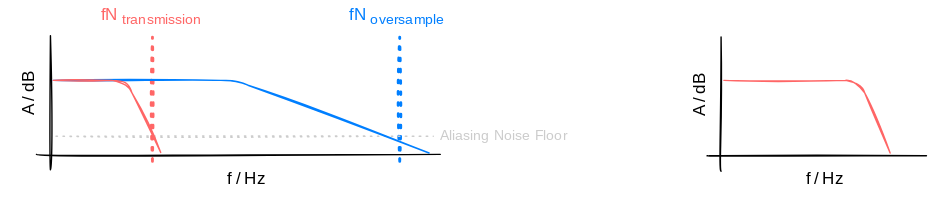
BOJIT/WM360 keeps this draw.io diagram as docs/diagrams/filterBandwidths.drawio.svg. Above is the earlier version. Source tidied: cells renumbered, new cells last; positions are measured from the earlier drawing's top-left corner, leaving out a move shared by most shapes.
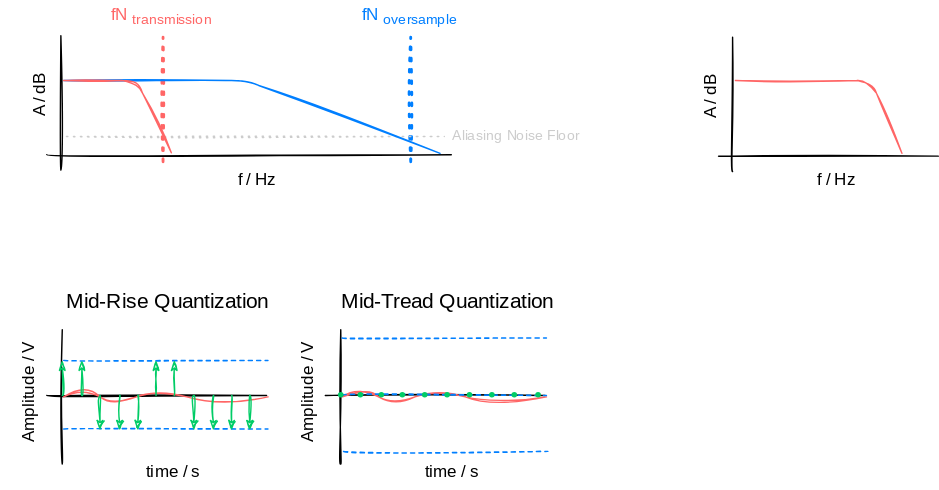
The same diagram one commit later.

Commit message:
Quantization diagram

The edit, as a diff of the source:
```diff
@@ -92,5 +92,206 @@
         </Array>
       </mxGeometry>
     </mxCell>
+    <mxCell id="19" style="endArrow=none;html=1;rounded=0;sketch=1;hachureGap=4;fontFamily=Architects Daughter;fontSource=https%3A%2F%2Ffonts.googleapis.com%2Fcss%3Ffamily%3DArchitects%2BDaughter;fontSize=16;startSize=14;endSize=14;sourcePerimeterSpacing=8;targetPerimeterSpacing=8;curved=1;" parent="1" edge="1">
+      <mxGeometry relative="1" as="geometry">
+        <mxPoint x="33" y="282" as="sourcePoint" />
+        <mxPoint x="190" y="282" as="targetPoint" />
+      </mxGeometry>
+    </mxCell>
+    <mxCell id="20" style="endArrow=none;html=1;rounded=0;sketch=1;hachureGap=4;fontFamily=Architects Daughter;fontSource=https%3A%2F%2Ffonts.googleapis.com%2Fcss%3Ffamily%3DArchitects%2BDaughter;fontSize=16;startSize=14;endSize=14;sourcePerimeterSpacing=8;targetPerimeterSpacing=8;curved=1;" parent="1" edge="1">
+      <mxGeometry relative="1" as="geometry">
+        <mxPoint x="44" y="331" as="sourcePoint" />
+        <mxPoint x="44" y="235" as="targetPoint" />
+      </mxGeometry>
+    </mxCell>
+    <mxCell id="21" value="&lt;font style=&quot;font-size: 12px&quot;&gt;time / s&lt;/font&gt;" style="text;html=1;align=center;verticalAlign=middle;strokeColor=none;fillColor=none;sketch=1;hachureGap=4;fontFamily=Architects Daughter;fontSource=https%3A%2F%2Ffonts.googleapis.com%2Fcss%3Ffamily%3DArchitects%2BDaughter;fontSize=20;" parent="1" vertex="1">
+      <mxGeometry x="96" y="318" width="54" height="31" as="geometry" />
+    </mxCell>
+    <mxCell id="22" value="&lt;font style=&quot;font-size: 12px&quot;&gt;Amplitude&amp;nbsp;/ V&lt;/font&gt;" style="text;html=1;align=center;verticalAlign=middle;strokeColor=none;fillColor=none;sketch=1;hachureGap=4;fontFamily=Architects Daughter;fontSource=https%3A%2F%2Ffonts.googleapis.com%2Fcss%3Ffamily%3DArchitects%2BDaughter;fontSize=20;rotation=-90;" parent="1" vertex="1">
+      <mxGeometry x="-26" y="265" width="84" height="31" as="geometry" />
+    </mxCell>
+    <mxCell id="23" style="edgeStyle=none;orthogonalLoop=1;jettySize=auto;html=1;rounded=0;sketch=1;hachureGap=4;fontFamily=Architects Daughter;fontSource=https%3A%2F%2Ffonts.googleapis.com%2Fcss%3Ffamily%3DArchitects%2BDaughter;fontSize=16;endArrow=none;startSize=14;endSize=14;sourcePerimeterSpacing=8;targetPerimeterSpacing=8;curved=1;endFill=0;strokeColor=#FF6666;strokeWidth=1;" parent="1" edge="1">
+      <mxGeometry relative="1" as="geometry">
+        <mxPoint x="45" y="283" as="sourcePoint" />
+        <mxPoint x="191" y="283" as="targetPoint" />
+        <Array as="points">
+          <mxPoint x="60" y="276" />
+          <mxPoint x="82" y="290" />
+          <mxPoint x="112" y="276" />
+          <mxPoint x="154" y="290" />
+        </Array>
+      </mxGeometry>
+    </mxCell>
+    <mxCell id="24" style="edgeStyle=none;orthogonalLoop=1;jettySize=auto;html=1;rounded=0;sketch=1;hachureGap=4;fontFamily=Architects Daughter;fontSource=https%3A%2F%2Ffonts.googleapis.com%2Fcss%3Ffamily%3DArchitects%2BDaughter;fontSize=16;endArrow=none;startSize=14;endSize=14;sourcePerimeterSpacing=8;targetPerimeterSpacing=8;curved=1;endFill=0;dashed=1;strokeColor=#007FFF;" parent="1" edge="1">
+      <mxGeometry relative="1" as="geometry">
+        <mxPoint x="45" y="306" as="sourcePoint" />
+        <mxPoint x="191" y="306" as="targetPoint" />
+      </mxGeometry>
+    </mxCell>
+    <mxCell id="25" style="edgeStyle=none;orthogonalLoop=1;jettySize=auto;html=1;rounded=0;sketch=1;hachureGap=4;fontFamily=Architects Daughter;fontSource=https%3A%2F%2Ffonts.googleapis.com%2Fcss%3Ffamily%3DArchitects%2BDaughter;fontSize=16;endArrow=none;startSize=14;endSize=14;sourcePerimeterSpacing=8;targetPerimeterSpacing=8;curved=1;endFill=0;dashed=1;strokeColor=#007FFF;" parent="1" edge="1">
+      <mxGeometry relative="1" as="geometry">
+        <mxPoint x="45" y="257" as="sourcePoint" />
+        <mxPoint x="191" y="257" as="targetPoint" />
+      </mxGeometry>
+    </mxCell>
+    <mxCell id="26" style="edgeStyle=none;curved=1;rounded=0;sketch=1;hachureGap=4;orthogonalLoop=1;jettySize=auto;html=1;fontFamily=Architects Daughter;fontSource=https%3A%2F%2Ffonts.googleapis.com%2Fcss%3Ffamily%3DArchitects%2BDaughter;fontSize=16;endArrow=none;endFill=0;startSize=14;endSize=14;sourcePerimeterSpacing=8;targetPerimeterSpacing=8;strokeColor=#FF6666;strokeWidth=1;" parent="1" edge="1">
+      <mxGeometry relative="1" as="geometry">
+        <mxPoint x="140" y="207" as="sourcePoint" />
+        <mxPoint x="140" y="207" as="targetPoint" />
+      </mxGeometry>
+    </mxCell>
+    <mxCell id="27" style="edgeStyle=none;orthogonalLoop=1;jettySize=auto;html=1;rounded=0;sketch=1;hachureGap=4;fontFamily=Architects Daughter;fontSource=https%3A%2F%2Ffonts.googleapis.com%2Fcss%3Ffamily%3DArchitects%2BDaughter;fontSize=16;endArrow=classicThin;endFill=1;startSize=4;endSize=5;sourcePerimeterSpacing=4;targetPerimeterSpacing=4;strokeColor=#00CC66;strokeWidth=1;curved=1;" parent="1" edge="1">
+      <mxGeometry relative="1" as="geometry">
+        <mxPoint x="44" y="282" as="sourcePoint" />
+        <mxPoint x="44" y="257" as="targetPoint" />
+      </mxGeometry>
+    </mxCell>
+    <mxCell id="28" style="edgeStyle=none;orthogonalLoop=1;jettySize=auto;html=1;rounded=0;sketch=1;hachureGap=4;fontFamily=Architects Daughter;fontSource=https%3A%2F%2Ffonts.googleapis.com%2Fcss%3Ffamily%3DArchitects%2BDaughter;fontSize=16;endArrow=classicThin;endFill=1;startSize=4;endSize=5;sourcePerimeterSpacing=4;targetPerimeterSpacing=4;strokeColor=#00CC66;strokeWidth=1;curved=1;" parent="1" edge="1">
+      <mxGeometry relative="1" as="geometry">
+        <mxPoint x="58" y="282" as="sourcePoint" />
+        <mxPoint x="58" y="257" as="targetPoint" />
+      </mxGeometry>
+    </mxCell>
+    <mxCell id="29" style="edgeStyle=none;orthogonalLoop=1;jettySize=auto;html=1;rounded=0;sketch=1;hachureGap=4;fontFamily=Architects Daughter;fontSource=https%3A%2F%2Ffonts.googleapis.com%2Fcss%3Ffamily%3DArchitects%2BDaughter;fontSize=16;endArrow=classicThin;endFill=1;startSize=4;endSize=5;sourcePerimeterSpacing=4;targetPerimeterSpacing=4;strokeColor=#00CC66;strokeWidth=1;curved=1;" parent="1" edge="1">
+      <mxGeometry relative="1" as="geometry">
+        <mxPoint x="71" y="282" as="sourcePoint" />
+        <mxPoint x="71" y="307" as="targetPoint" />
+      </mxGeometry>
+    </mxCell>
+    <mxCell id="30" style="edgeStyle=none;orthogonalLoop=1;jettySize=auto;html=1;rounded=0;sketch=1;hachureGap=4;fontFamily=Architects Daughter;fontSource=https%3A%2F%2Ffonts.googleapis.com%2Fcss%3Ffamily%3DArchitects%2BDaughter;fontSize=16;endArrow=classicThin;endFill=1;startSize=4;endSize=5;sourcePerimeterSpacing=4;targetPerimeterSpacing=4;strokeColor=#00CC66;strokeWidth=1;curved=1;" parent="1" edge="1">
+      <mxGeometry relative="1" as="geometry">
+        <mxPoint x="85" y="282" as="sourcePoint" />
+        <mxPoint x="85" y="307" as="targetPoint" />
+      </mxGeometry>
+    </mxCell>
+    <mxCell id="31" style="edgeStyle=none;orthogonalLoop=1;jettySize=auto;html=1;rounded=0;sketch=1;hachureGap=4;fontFamily=Architects Daughter;fontSource=https%3A%2F%2Ffonts.googleapis.com%2Fcss%3Ffamily%3DArchitects%2BDaughter;fontSize=16;endArrow=classicThin;endFill=1;startSize=4;endSize=5;sourcePerimeterSpacing=4;targetPerimeterSpacing=4;strokeColor=#00CC66;strokeWidth=1;curved=1;" parent="1" edge="1">
+      <mxGeometry relative="1" as="geometry">
+        <mxPoint x="98" y="282" as="sourcePoint" />
+        <mxPoint x="98" y="307" as="targetPoint" />
+      </mxGeometry>
+    </mxCell>
+    <mxCell id="32" style="edgeStyle=none;orthogonalLoop=1;jettySize=auto;html=1;rounded=0;sketch=1;hachureGap=4;fontFamily=Architects Daughter;fontSource=https%3A%2F%2Ffonts.googleapis.com%2Fcss%3Ffamily%3DArchitects%2BDaughter;fontSize=16;endArrow=classicThin;endFill=1;startSize=4;endSize=5;sourcePerimeterSpacing=4;targetPerimeterSpacing=4;strokeColor=#00CC66;strokeWidth=1;curved=1;" parent="1" edge="1">
+      <mxGeometry relative="1" as="geometry">
+        <mxPoint x="111" y="282" as="sourcePoint" />
+        <mxPoint x="111" y="257" as="targetPoint" />
+        <Array as="points">
+          <mxPoint x="111" y="270" />
+        </Array>
+      </mxGeometry>
+    </mxCell>
+    <mxCell id="33" style="edgeStyle=none;orthogonalLoop=1;jettySize=auto;html=1;rounded=0;sketch=1;hachureGap=4;fontFamily=Architects Daughter;fontSource=https%3A%2F%2Ffonts.googleapis.com%2Fcss%3Ffamily%3DArchitects%2BDaughter;fontSize=16;endArrow=classicThin;endFill=1;startSize=4;endSize=5;sourcePerimeterSpacing=4;targetPerimeterSpacing=4;strokeColor=#00CC66;strokeWidth=1;curved=1;" parent="1" edge="1">
+      <mxGeometry relative="1" as="geometry">
+        <mxPoint x="138" y="282" as="sourcePoint" />
+        <mxPoint x="138" y="307" as="targetPoint" />
+      </mxGeometry>
+    </mxCell>
+    <mxCell id="34" style="edgeStyle=none;orthogonalLoop=1;jettySize=auto;html=1;rounded=0;sketch=1;hachureGap=4;fontFamily=Architects Daughter;fontSource=https%3A%2F%2Ffonts.googleapis.com%2Fcss%3Ffamily%3DArchitects%2BDaughter;fontSize=16;endArrow=classicThin;endFill=1;startSize=4;endSize=5;sourcePerimeterSpacing=4;targetPerimeterSpacing=4;strokeColor=#00CC66;strokeWidth=1;curved=1;" parent="1" edge="1">
+      <mxGeometry relative="1" as="geometry">
+        <mxPoint x="124" y="282" as="sourcePoint" />
+        <mxPoint x="124" y="257" as="targetPoint" />
+      </mxGeometry>
+    </mxCell>
+    <mxCell id="35" style="edgeStyle=none;orthogonalLoop=1;jettySize=auto;html=1;rounded=0;sketch=1;hachureGap=4;fontFamily=Architects Daughter;fontSource=https%3A%2F%2Ffonts.googleapis.com%2Fcss%3Ffamily%3DArchitects%2BDaughter;fontSize=16;endArrow=classicThin;endFill=1;startSize=4;endSize=5;sourcePerimeterSpacing=4;targetPerimeterSpacing=4;strokeColor=#00CC66;strokeWidth=1;curved=1;" parent="1" edge="1">
+      <mxGeometry relative="1" as="geometry">
+        <mxPoint x="152" y="282" as="sourcePoint" />
+        <mxPoint x="152" y="307" as="targetPoint" />
+      </mxGeometry>
+    </mxCell>
+    <mxCell id="36" style="edgeStyle=none;orthogonalLoop=1;jettySize=auto;html=1;rounded=0;sketch=1;hachureGap=4;fontFamily=Architects Daughter;fontSource=https%3A%2F%2Ffonts.googleapis.com%2Fcss%3Ffamily%3DArchitects%2BDaughter;fontSize=16;endArrow=classicThin;endFill=1;startSize=4;endSize=5;sourcePerimeterSpacing=4;targetPerimeterSpacing=4;strokeColor=#00CC66;strokeWidth=1;curved=1;" parent="1" edge="1">
+      <mxGeometry relative="1" as="geometry">
+        <mxPoint x="165" y="282" as="sourcePoint" />
+        <mxPoint x="165" y="307" as="targetPoint" />
+      </mxGeometry>
+    </mxCell>
+    <mxCell id="37" style="edgeStyle=none;orthogonalLoop=1;jettySize=auto;html=1;rounded=0;sketch=1;hachureGap=4;fontFamily=Architects Daughter;fontSource=https%3A%2F%2Ffonts.googleapis.com%2Fcss%3Ffamily%3DArchitects%2BDaughter;fontSize=16;endArrow=classicThin;endFill=1;startSize=4;endSize=5;sourcePerimeterSpacing=4;targetPerimeterSpacing=4;strokeColor=#00CC66;strokeWidth=1;curved=1;" parent="1" edge="1">
+      <mxGeometry relative="1" as="geometry">
+        <mxPoint x="178" y="282" as="sourcePoint" />
+        <mxPoint x="178" y="307" as="targetPoint" />
+      </mxGeometry>
+    </mxCell>
+    <mxCell id="38" style="endArrow=none;html=1;rounded=0;sketch=1;hachureGap=4;fontFamily=Architects Daughter;fontSource=https%3A%2F%2Ffonts.googleapis.com%2Fcss%3Ffamily%3DArchitects%2BDaughter;fontSize=16;startSize=14;endSize=14;sourcePerimeterSpacing=8;targetPerimeterSpacing=8;curved=1;" parent="1" edge="1">
+      <mxGeometry relative="1" as="geometry">
+        <mxPoint x="232" y="282" as="sourcePoint" />
+        <mxPoint x="389" y="282" as="targetPoint" />
+      </mxGeometry>
+    </mxCell>
+    <mxCell id="39" style="endArrow=none;html=1;rounded=0;sketch=1;hachureGap=4;fontFamily=Architects Daughter;fontSource=https%3A%2F%2Ffonts.googleapis.com%2Fcss%3Ffamily%3DArchitects%2BDaughter;fontSize=16;startSize=14;endSize=14;sourcePerimeterSpacing=8;targetPerimeterSpacing=8;curved=1;" parent="1" edge="1">
+      <mxGeometry relative="1" as="geometry">
+        <mxPoint x="243" y="331" as="sourcePoint" />
+        <mxPoint x="243" y="235" as="targetPoint" />
+      </mxGeometry>
+    </mxCell>
+    <mxCell id="40" value="&lt;font style=&quot;font-size: 12px&quot;&gt;time / s&lt;/font&gt;" style="text;html=1;align=center;verticalAlign=middle;strokeColor=none;fillColor=none;sketch=1;hachureGap=4;fontFamily=Architects Daughter;fontSource=https%3A%2F%2Ffonts.googleapis.com%2Fcss%3Ffamily%3DArchitects%2BDaughter;fontSize=20;" parent="1" vertex="1">
+      <mxGeometry x="295" y="318" width="54" height="31" as="geometry" />
+    </mxCell>
+    <mxCell id="41" value="&lt;font style=&quot;font-size: 12px&quot;&gt;Amplitude&amp;nbsp;/ V&lt;/font&gt;" style="text;html=1;align=center;verticalAlign=middle;strokeColor=none;fillColor=none;sketch=1;hachureGap=4;fontFamily=Architects Daughter;fontSource=https%3A%2F%2Ffonts.googleapis.com%2Fcss%3Ffamily%3DArchitects%2BDaughter;fontSize=20;rotation=-90;" parent="1" vertex="1">
+      <mxGeometry x="173" y="265" width="84" height="31" as="geometry" />
+    </mxCell>
+    <mxCell id="42" style="edgeStyle=none;orthogonalLoop=1;jettySize=auto;html=1;rounded=0;sketch=1;hachureGap=4;fontFamily=Architects Daughter;fontSource=https%3A%2F%2Ffonts.googleapis.com%2Fcss%3Ffamily%3DArchitects%2BDaughter;fontSize=16;endArrow=none;startSize=14;endSize=14;sourcePerimeterSpacing=8;targetPerimeterSpacing=8;curved=1;endFill=0;strokeColor=#FF6666;strokeWidth=1;" parent="1" edge="1">
+      <mxGeometry relative="1" as="geometry">
+        <mxPoint x="244" y="283" as="sourcePoint" />
+        <mxPoint x="390" y="283" as="targetPoint" />
+        <Array as="points">
+          <mxPoint x="259" y="276" />
+          <mxPoint x="281" y="290" />
+          <mxPoint x="311" y="276" />
+          <mxPoint x="353" y="290" />
+        </Array>
+      </mxGeometry>
+    </mxCell>
+    <mxCell id="43" style="edgeStyle=none;orthogonalLoop=1;jettySize=auto;html=1;rounded=0;sketch=1;hachureGap=4;fontFamily=Architects Daughter;fontSource=https%3A%2F%2Ffonts.googleapis.com%2Fcss%3Ffamily%3DArchitects%2BDaughter;fontSize=16;endArrow=none;startSize=14;endSize=14;sourcePerimeterSpacing=8;targetPerimeterSpacing=8;curved=1;endFill=0;dashed=1;strokeColor=#007FFF;" parent="1" edge="1">
+      <mxGeometry relative="1" as="geometry">
+        <mxPoint x="245" y="322" as="sourcePoint" />
+        <mxPoint x="391" y="322" as="targetPoint" />
+      </mxGeometry>
+    </mxCell>
+    <mxCell id="44" style="edgeStyle=none;orthogonalLoop=1;jettySize=auto;html=1;rounded=0;sketch=1;hachureGap=4;fontFamily=Architects Daughter;fontSource=https%3A%2F%2Ffonts.googleapis.com%2Fcss%3Ffamily%3DArchitects%2BDaughter;fontSize=16;endArrow=none;startSize=14;endSize=14;sourcePerimeterSpacing=8;targetPerimeterSpacing=8;curved=1;endFill=0;dashed=1;strokeColor=#007FFF;" parent="1" edge="1">
+      <mxGeometry relative="1" as="geometry">
+        <mxPoint x="244" y="282" as="sourcePoint" />
+        <mxPoint x="390" y="282" as="targetPoint" />
+      </mxGeometry>
+    </mxCell>
+    <mxCell id="45" style="edgeStyle=none;orthogonalLoop=1;jettySize=auto;html=1;rounded=0;sketch=1;hachureGap=4;fontFamily=Architects Daughter;fontSource=https%3A%2F%2Ffonts.googleapis.com%2Fcss%3Ffamily%3DArchitects%2BDaughter;fontSize=16;endArrow=none;startSize=14;endSize=14;sourcePerimeterSpacing=8;targetPerimeterSpacing=8;curved=1;endFill=0;dashed=1;strokeColor=#007FFF;" parent="1" edge="1">
+      <mxGeometry relative="1" as="geometry">
+        <mxPoint x="244" y="241" as="sourcePoint" />
+        <mxPoint x="390" y="241" as="targetPoint" />
+      </mxGeometry>
+    </mxCell>
+    <mxCell id="46" style="shape=waypoint;sketch=0;size=6;fillColor=none;perimeter=centerPerimeter;hachureGap=4;fontFamily=Architects Daughter;fontSource=https%3A%2F%2Ffonts.googleapis.com%2Fcss%3Ffamily%3DArchitects%2BDaughter;fontSize=20;strokeColor=#00CC66;strokeWidth=0;" parent="1" vertex="1">
+      <mxGeometry x="223" y="261.5" width="40" height="40" as="geometry" />
+    </mxCell>
+    <mxCell id="47" style="shape=waypoint;sketch=0;size=6;fillColor=none;perimeter=centerPerimeter;hachureGap=4;fontFamily=Architects Daughter;fontSource=https%3A%2F%2Ffonts.googleapis.com%2Fcss%3Ffamily%3DArchitects%2BDaughter;fontSize=20;strokeColor=#00CC66;strokeWidth=0;" parent="1" vertex="1">
+      <mxGeometry x="237" y="261.5" width="40" height="40" as="geometry" />
+    </mxCell>
+    <mxCell id="48" style="shape=waypoint;sketch=0;size=6;fillColor=none;perimeter=centerPerimeter;hachureGap=4;fontFamily=Architects Daughter;fontSource=https%3A%2F%2Ffonts.googleapis.com%2Fcss%3Ffamily%3DArchitects%2BDaughter;fontSize=20;strokeColor=#00CC66;strokeWidth=0;" parent="1" vertex="1">
+      <mxGeometry x="252" y="261.5" width="40" height="40" as="geometry" />
+    </mxCell>
+    <mxCell id="49" style="shape=waypoint;sketch=0;size=6;fillColor=none;perimeter=centerPerimeter;hachureGap=4;fontFamily=Architects Daughter;fontSource=https%3A%2F%2Ffonts.googleapis.com%2Fcss%3Ffamily%3DArchitects%2BDaughter;fontSize=20;strokeColor=#00CC66;strokeWidth=0;" parent="1" vertex="1">
+      <mxGeometry x="267" y="261.5" width="40" height="40" as="geometry" />
+    </mxCell>
+    <mxCell id="50" style="shape=waypoint;sketch=0;size=6;fillColor=none;perimeter=centerPerimeter;hachureGap=4;fontFamily=Architects Daughter;fontSource=https%3A%2F%2Ffonts.googleapis.com%2Fcss%3Ffamily%3DArchitects%2BDaughter;fontSize=20;strokeColor=#00CC66;strokeWidth=0;" parent="1" vertex="1">
+      <mxGeometry x="283" y="261.5" width="40" height="40" as="geometry" />
+    </mxCell>
+    <mxCell id="51" style="shape=waypoint;sketch=0;size=6;fillColor=none;perimeter=centerPerimeter;hachureGap=4;fontFamily=Architects Daughter;fontSource=https%3A%2F%2Ffonts.googleapis.com%2Fcss%3Ffamily%3DArchitects%2BDaughter;fontSize=20;strokeColor=#00CC66;strokeWidth=0;" parent="1" vertex="1">
+      <mxGeometry x="299" y="261.5" width="40" height="40" as="geometry" />
+    </mxCell>
+    <mxCell id="52" style="shape=waypoint;sketch=0;size=6;fillColor=none;perimeter=centerPerimeter;hachureGap=4;fontFamily=Architects Daughter;fontSource=https%3A%2F%2Ffonts.googleapis.com%2Fcss%3Ffamily%3DArchitects%2BDaughter;fontSize=20;strokeColor=#00CC66;strokeWidth=0;" parent="1" vertex="1">
+      <mxGeometry x="315" y="261.5" width="40" height="40" as="geometry" />
+    </mxCell>
+    <mxCell id="53" style="shape=waypoint;sketch=0;size=6;fillColor=none;perimeter=centerPerimeter;hachureGap=4;fontFamily=Architects Daughter;fontSource=https%3A%2F%2Ffonts.googleapis.com%2Fcss%3Ffamily%3DArchitects%2BDaughter;fontSize=20;strokeColor=#00CC66;strokeWidth=0;" parent="1" vertex="1">
+      <mxGeometry x="331" y="261.5" width="40" height="40" as="geometry" />
+    </mxCell>
+    <mxCell id="54" style="shape=waypoint;sketch=0;size=6;fillColor=none;perimeter=centerPerimeter;hachureGap=4;fontFamily=Architects Daughter;fontSource=https%3A%2F%2Ffonts.googleapis.com%2Fcss%3Ffamily%3DArchitects%2BDaughter;fontSize=20;strokeColor=#00CC66;strokeWidth=0;" parent="1" vertex="1">
+      <mxGeometry x="347" y="261.5" width="40" height="40" as="geometry" />
+    </mxCell>
+    <mxCell id="55" style="shape=waypoint;sketch=0;size=6;fillColor=none;perimeter=centerPerimeter;hachureGap=4;fontFamily=Architects Daughter;fontSource=https%3A%2F%2Ffonts.googleapis.com%2Fcss%3Ffamily%3DArchitects%2BDaughter;fontSize=20;strokeColor=#00CC66;strokeWidth=0;" parent="1" vertex="1">
+      <mxGeometry x="364" y="261.5" width="40" height="40" as="geometry" />
+    </mxCell>
+    <mxCell id="56" value="&lt;font style=&quot;font-size: 15px&quot;&gt;Mid-Rise Quantization&lt;/font&gt;" style="text;html=1;align=center;verticalAlign=middle;strokeColor=none;fillColor=none;sketch=1;hachureGap=4;fontFamily=Architects Daughter;fontSource=https%3A%2F%2Ffonts.googleapis.com%2Fcss%3Ffamily%3DArchitects%2BDaughter;fontSize=20;" parent="1" vertex="1">
+      <mxGeometry x="42" y="197" width="153" height="30" as="geometry" />
+    </mxCell>
+    <mxCell id="57" value="&lt;font style=&quot;font-size: 15px&quot;&gt;Mid-Tread Quantization&lt;/font&gt;" style="text;html=1;align=center;verticalAlign=middle;strokeColor=none;fillColor=none;sketch=1;hachureGap=4;fontFamily=Architects Daughter;fontSource=https%3A%2F%2Ffonts.googleapis.com%2Fcss%3Ffamily%3DArchitects%2BDaughter;fontSize=20;" parent="1" vertex="1">
+      <mxGeometry x="236.5" y="197" width="165" height="30" as="geometry" />
+    </mxCell>
   </root>
 </mxGraphModel>
```
